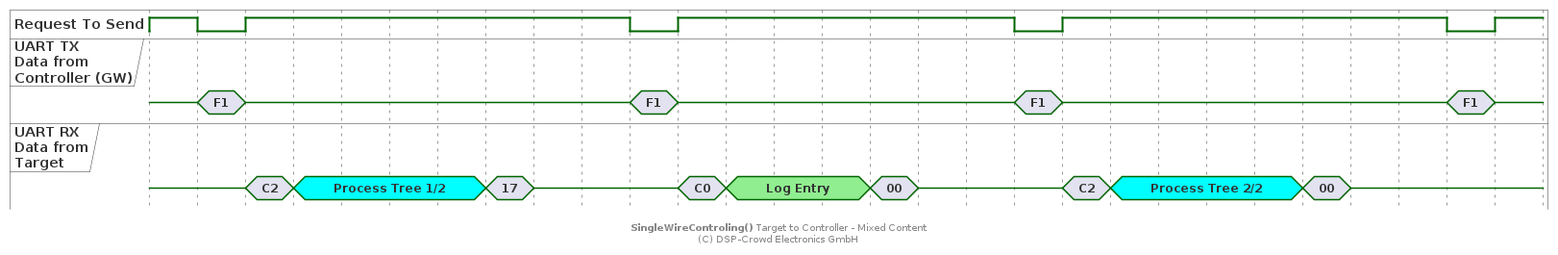
NoOrientationProgramming/code-orb keeps this PlantUML diagram as doc/system/protocol/A4_swt-target-to-ctrl_cut.png. Above is the earlier version.
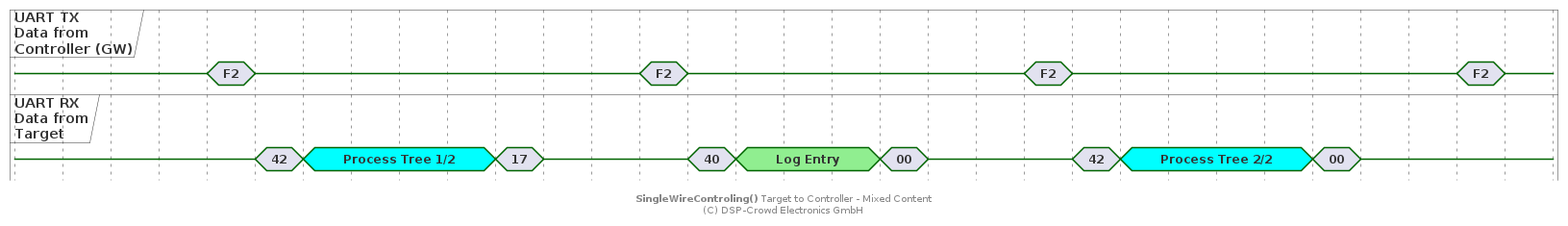
Later version of the same file.

Change to the diagram source:
```diff
@@ -2,23 +2,23 @@
 
 hide time-axis
 
-binary "Request To Send" as rts
 concise "UART TX\nData from\nController (GW)" as ctrl
 concise "UART RX\nData from\nTarget" as tar
 
 @0
-rts is 1
+ctrl is {-}
+tar is {-}
+
+@+60
 ctrl is {-}
 tar is {-}
 
 @+20
-rts is 0
-ctrl is "F1"
+ctrl is "F2"
 
 @+20
-rts is 1
 ctrl is {-}
-tar is "C2"
+tar is "42"
 
 @+20
 tar is "Process Tree 1/2" #cyan
@@ -30,13 +30,11 @@
 tar is {-}
 
 @+40
-rts is 0
-ctrl is "F1"
+ctrl is "F2"
 
 @+20
-rts is 1
 ctrl is {-}
-tar is "C0"
+tar is "40"
 
 @+20
 tar is "Log Entry" #lightgreen
@@ -48,13 +46,11 @@
 tar is {-}
 
 @+40
-rts is 0
-ctrl is "F1"
+ctrl is "F2"
 
 @+20
-rts is 1
 ctrl is {-}
-tar is "C2"
+tar is "42"
 
 @+20
 tar is "Process Tree 2/2" #cyan
@@ -66,11 +62,9 @@
 tar is {-}
 
 @+40
-rts is 0
-ctrl is "F1"
+ctrl is "F2"
 
 @+20
-rts is 1
 ctrl is {-}
 
 footer **SingleWireControling()** Target to Controller - Mixed Content\n(C) DSP-Crowd Electronics GmbH
```
